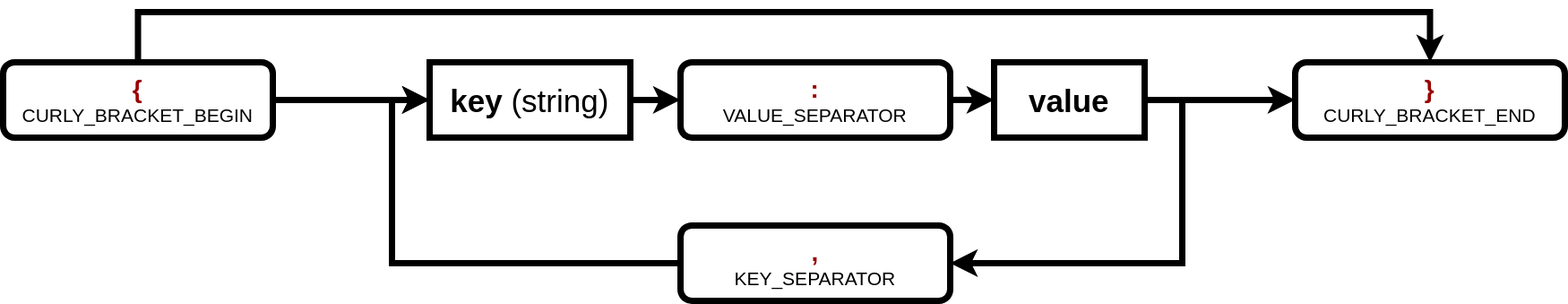
This is docs/drawio/json-object-structure/json-object-structure.svg from pokeum/fragile, a draw.io export, as it was before one commit. Source tidied: cells renumbered, new cells last; positions are measured from the earlier drawing's top-left corner, leaving out a move shared by most shapes.
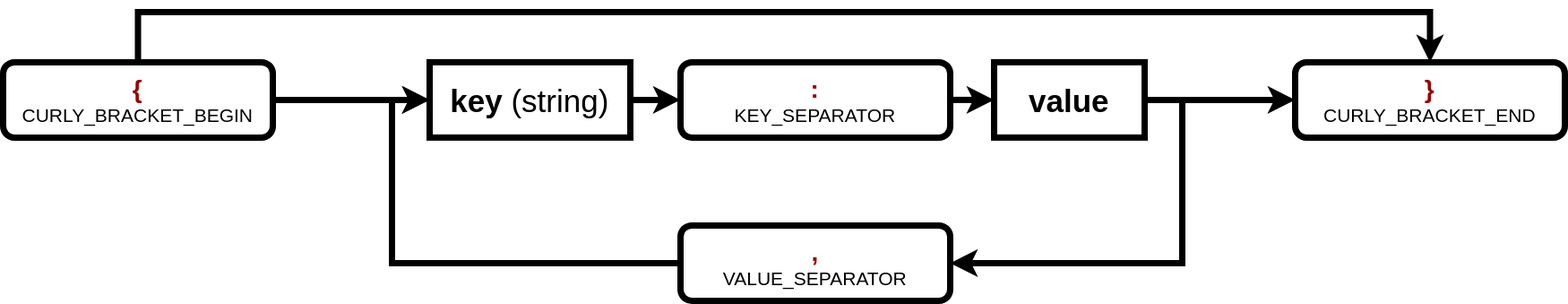
The same diagram one commit later.

What changed in the source:
```diff
@@ -42,7 +42,7 @@
     <mxCell id="11" style="edgeStyle=orthogonalEdgeStyle;rounded=0;jettySize=auto;html=1;exitX=1;exitY=0.5;exitDx=0;exitDy=0;entryX=0;entryY=0.5;entryDx=0;entryDy=0;fontSize=25;fontColor=#990000;strokeWidth=5;" parent="1" edge="1" source="12" target="9">
       <mxGeometry relative="1" as="geometry" />
     </mxCell>
-    <mxCell id="12" value="&lt;font color=&quot;#990000&quot; style=&quot;font-size: 20px;&quot;&gt;&lt;b&gt;:&lt;/b&gt;&lt;/font&gt;&lt;br&gt;&lt;span style=&quot;font-size: 15px;&quot;&gt;VALUE_SEPARATOR&lt;/span&gt;" style="rounded=1;whiteSpace=wrap;html=1;strokeWidth=5;" parent="1" vertex="1">
+    <mxCell id="12" value="&lt;font color=&quot;#990000&quot; style=&quot;font-size: 20px;&quot;&gt;&lt;b&gt;:&lt;/b&gt;&lt;/font&gt;&lt;br&gt;&lt;span style=&quot;font-size: 15px;&quot;&gt;KEY_SEPARATOR&lt;/span&gt;" style="rounded=1;whiteSpace=wrap;html=1;strokeWidth=5;" parent="1" vertex="1">
       <mxGeometry x="540" y="40" width="215" height="60" as="geometry" />
     </mxCell>
     <mxCell id="13" style="edgeStyle=orthogonalEdgeStyle;rounded=0;jettySize=auto;html=1;exitX=0;exitY=0.5;exitDx=0;exitDy=0;entryX=0;entryY=0.5;entryDx=0;entryDy=0;fontSize=25;fontColor=#990000;strokeWidth=5;" parent="1" edge="1" source="14" target="6">
@@ -53,7 +53,7 @@
         </Array>
       </mxGeometry>
     </mxCell>
-    <mxCell id="14" value="&lt;span style=&quot;font-size: 20px;&quot;&gt;&lt;b&gt;&lt;font color=&quot;#990000&quot;&gt;,&lt;/font&gt;&lt;/b&gt;&lt;/span&gt;&lt;br&gt;&lt;font style=&quot;font-size: 15px;&quot;&gt;KEY_SEPARATOR&lt;/font&gt;" style="rounded=1;whiteSpace=wrap;html=1;strokeWidth=5;" parent="1" vertex="1">
+    <mxCell id="14" value="&lt;span style=&quot;font-size: 20px;&quot;&gt;&lt;b&gt;&lt;font color=&quot;#990000&quot;&gt;,&lt;/font&gt;&lt;/b&gt;&lt;/span&gt;&lt;br&gt;&lt;font style=&quot;font-size: 15px;&quot;&gt;VALUE_SEPARATOR&lt;/font&gt;" style="rounded=1;whiteSpace=wrap;html=1;strokeWidth=5;" parent="1" vertex="1">
       <mxGeometry x="540" y="170" width="215" height="60" as="geometry" />
     </mxCell>
   </root>
```
